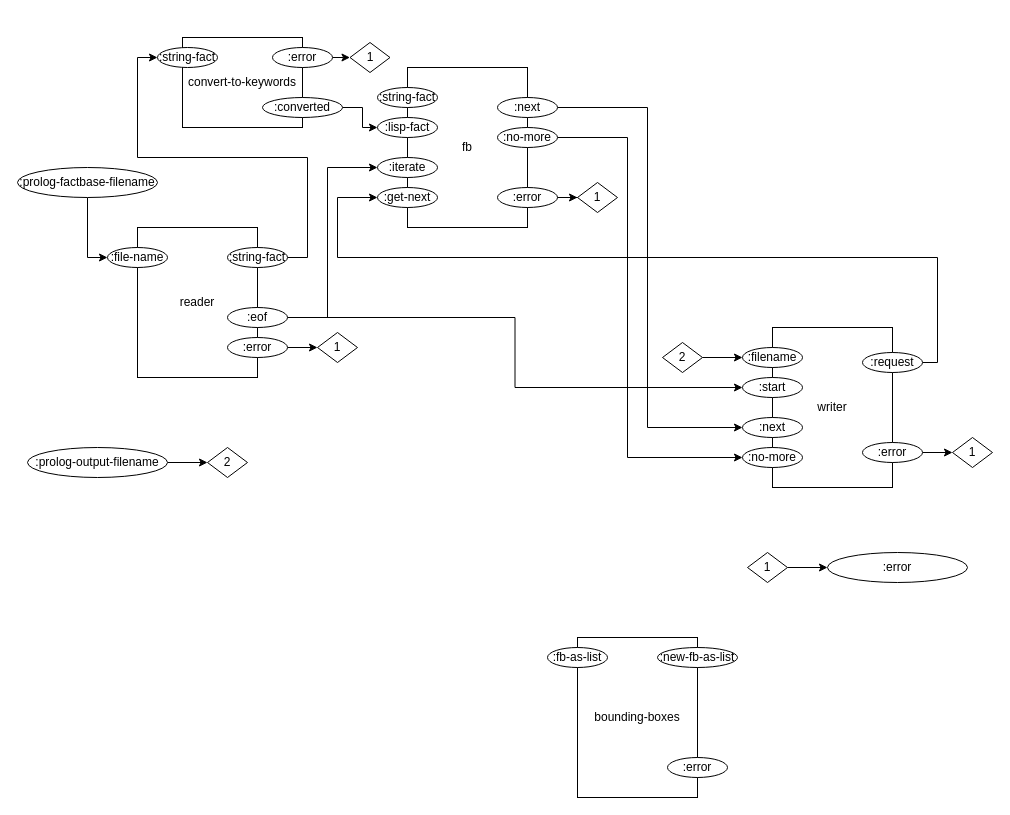
Before: page "Compiler Internals" (2 of 7) of svg/cl-compiler/doc/Compiler Internals.drawio in bmfbp/bmfbp, a draw.io diagram. Source tidied: cells renumbered, new cells numbered last; positions are measured from the earlier drawing's top-left corner, leaving out a move shared by most shapes. Both pictures are drawn from the tidied source at 100%, with x=0, y=0 at pixel (17, 37).
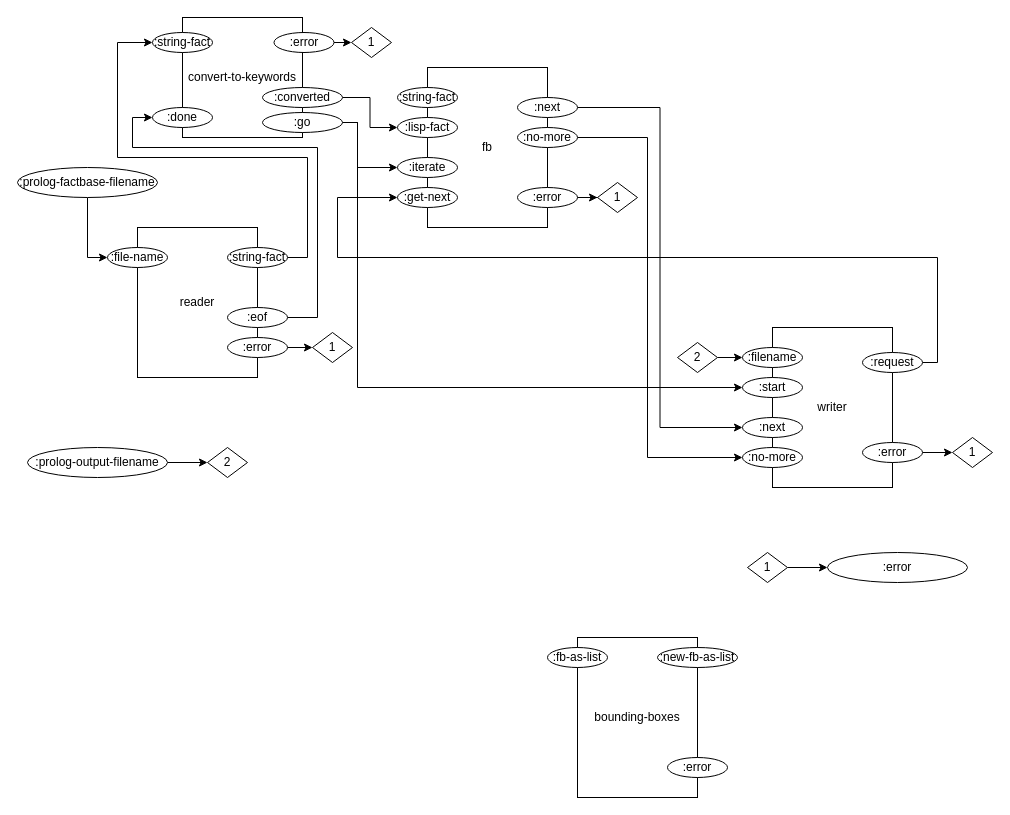
After the change.

The change refers to these unchanged cells:
```xml
<mxCell id="9" value=":eof" style="ellipse;whiteSpace=wrap;html=1;" parent="1" vertex="1">
  <mxGeometry x="210" y="270" width="60" height="20" as="geometry" />
</mxCell>
<mxCell id="11" value=":string-fact" style="ellipse;whiteSpace=wrap;html=1;" parent="1" vertex="1">
  <mxGeometry x="210" y="210" width="60" height="20" as="geometry" />
</mxCell>
<mxCell id="22" value=":start" style="ellipse;whiteSpace=wrap;html=1;" parent="1" vertex="1">
  <mxGeometry x="725" y="340" width="60" height="20" as="geometry" />
</mxCell>
<mxCell id="23" value=":no-more" style="ellipse;whiteSpace=wrap;html=1;" parent="1" vertex="1">
  <mxGeometry x="725" y="410" width="60" height="20" as="geometry" />
</mxCell>
<mxCell id="29" value=":next" style="ellipse;whiteSpace=wrap;html=1;" parent="1" vertex="1">
  <mxGeometry x="725" y="380" width="60" height="20" as="geometry" />
</mxCell>
```

What changed in the source:
```diff
@@
     <mxCell id="3" value="fb" style="rounded=0;whiteSpace=wrap;html=1;" parent="1" vertex="1">
-      <mxGeometry x="390" y="30" width="120" height="160" as="geometry" />
+      <mxGeometry x="410" y="30" width="120" height="160" as="geometry" />
     </mxCell>
@@
-    <mxCell id="7" style="edgeStyle=orthogonalEdgeStyle;rounded=0;jettySize=auto;html=1;exitX=1;exitY=0.5;exitDx=0;exitDy=0;entryX=0;entryY=0.5;entryDx=0;entryDy=0;" parent="1" edge="1" source="9" target="35">
-      <mxGeometry relative="1" as="geometry">
-        <Array as="points">
-          <mxPoint x="310" y="280" />
-          <mxPoint x="310" y="130" />
-        </Array>
-      </mxGeometry>
-    </mxCell>
-    <mxCell id="8" style="edgeStyle=orthogonalEdgeStyle;rounded=0;jettySize=auto;html=1;exitX=1;exitY=0.5;exitDx=0;exitDy=0;entryX=0;entryY=0.5;entryDx=0;entryDy=0;" parent="1" edge="1" source="9" target="22">
-      <mxGeometry relative="1" as="geometry" />
-    </mxCell>
+    <mxCell id="55" style="edgeStyle=orthogonalEdgeStyle;rounded=0;jettySize=auto;html=1;exitX=1;exitY=0.5;exitDx=0;exitDy=0;entryX=0;entryY=0.5;entryDx=0;entryDy=0;" parent="1" edge="1" source="9" target="59">
+      <mxGeometry relative="1" as="geometry">
+        <Array as="points">
+          <mxPoint x="300" y="280" />
+          <mxPoint x="300" y="110" />
+          <mxPoint x="115" y="110" />
+          <mxPoint x="115" y="80" />
+        </Array>
+      </mxGeometry>
+    </mxCell>
@@
     <mxCell id="10" style="edgeStyle=orthogonalEdgeStyle;rounded=0;jettySize=auto;html=1;exitX=1;exitY=0.5;exitDx=0;exitDy=0;entryX=0;entryY=0.5;entryDx=0;entryDy=0;" parent="1" edge="1" source="11" target="49">
       <mxGeometry relative="1" as="geometry">
         <Array as="points">
           <mxPoint x="290" y="220" />
           <mxPoint x="290" y="120" />
-          <mxPoint x="120" y="120" />
-          <mxPoint x="120" y="20" />
+          <mxPoint x="100" y="120" />
+          <mxPoint x="100" y="5" />
         </Array>
       </mxGeometry>
     </mxCell>
@@
     <mxCell id="13" value=":lisp-fact" style="ellipse;whiteSpace=wrap;html=1;" parent="1" vertex="1">
-      <mxGeometry x="360" y="80" width="60" height="20" as="geometry" />
+      <mxGeometry x="380" y="80" width="60" height="20" as="geometry" />
     </mxCell>
     <mxCell id="14" value=":get-next" style="ellipse;whiteSpace=wrap;html=1;" parent="1" vertex="1">
-      <mxGeometry x="360" y="150" width="60" height="20" as="geometry" />
+      <mxGeometry x="380" y="150" width="60" height="20" as="geometry" />
     </mxCell>
     <mxCell id="15" style="edgeStyle=orthogonalEdgeStyle;rounded=0;jettySize=auto;html=1;exitX=1;exitY=0.5;exitDx=0;exitDy=0;entryX=0;entryY=0.5;entryDx=0;entryDy=0;" parent="1" edge="1" source="16" target="29">
-      <mxGeometry relative="1" as="geometry">
-        <Array as="points">
-          <mxPoint x="630" y="70" />
-          <mxPoint x="630" y="390" />
-        </Array>
-      </mxGeometry>
+      <mxGeometry relative="1" as="geometry" />
     </mxCell>
     <mxCell id="16" value=":next" style="ellipse;whiteSpace=wrap;html=1;" parent="1" vertex="1">
-      <mxGeometry x="480" y="60" width="60" height="20" as="geometry" />
+      <mxGeometry x="500" y="60" width="60" height="20" as="geometry" />
     </mxCell>
     <mxCell id="17" style="edgeStyle=orthogonalEdgeStyle;rounded=0;jettySize=auto;html=1;exitX=1;exitY=0.5;exitDx=0;exitDy=0;entryX=0;entryY=0.5;entryDx=0;entryDy=0;" parent="1" edge="1" source="18" target="23">
       <mxGeometry relative="1" as="geometry">
         <Array as="points">
-          <mxPoint x="610" y="100" />
-          <mxPoint x="610" y="420" />
+          <mxPoint x="630" y="100" />
+          <mxPoint x="630" y="420" />
         </Array>
       </mxGeometry>
     </mxCell>
     <mxCell id="18" value=":no-more" style="ellipse;whiteSpace=wrap;html=1;" parent="1" vertex="1">
-      <mxGeometry x="480" y="90" width="60" height="20" as="geometry" />
+      <mxGeometry x="500" y="90" width="60" height="20" as="geometry" />
     </mxCell>
@@
     <mxCell id="20" value=":error" style="ellipse;whiteSpace=wrap;html=1;" parent="1" vertex="1">
-      <mxGeometry x="480" y="150" width="60" height="20" as="geometry" />
+      <mxGeometry x="500" y="150" width="60" height="20" as="geometry" />
     </mxCell>
     <mxCell id="21" value=":string-fact" style="ellipse;whiteSpace=wrap;html=1;" parent="1" vertex="1">
-      <mxGeometry x="360" y="50" width="60" height="20" as="geometry" />
+      <mxGeometry x="380" y="50" width="60" height="20" as="geometry" />
     </mxCell>
@@
     <mxCell id="35" value=":iterate" style="ellipse;whiteSpace=wrap;html=1;" parent="1" vertex="1">
-      <mxGeometry x="360" y="120" width="60" height="20" as="geometry" />
+      <mxGeometry x="380" y="120" width="60" height="20" as="geometry" />
     </mxCell>
@@
     <mxCell id="39" value="1" style="rhombus;whiteSpace=wrap;html=1;" parent="1" vertex="1">
-      <mxGeometry x="560" y="145" width="40" height="30" as="geometry" />
+      <mxGeometry x="580" y="145" width="40" height="30" as="geometry" />
     </mxCell>
     <mxCell id="40" value="1" style="rhombus;whiteSpace=wrap;html=1;" parent="1" vertex="1">
-      <mxGeometry x="300" y="295" width="40" height="30" as="geometry" />
+      <mxGeometry x="295" y="295" width="40" height="30" as="geometry" />
     </mxCell>
@@
     <mxCell id="43" value="2" style="rhombus;whiteSpace=wrap;html=1;" parent="1" vertex="1">
-      <mxGeometry x="645" y="305" width="40" height="30" as="geometry" />
+      <mxGeometry x="660" y="305" width="40" height="30" as="geometry" />
     </mxCell>
@@
     <mxCell id="48" value="convert-to-keywords" style="rounded=0;whiteSpace=wrap;html=1;" parent="1" vertex="1">
-      <mxGeometry x="165" width="120" height="90" as="geometry" />
+      <mxGeometry x="165" y="-20" width="120" height="120" as="geometry" />
     </mxCell>
     <mxCell id="49" value=":string-fact" style="ellipse;whiteSpace=wrap;html=1;" parent="1" vertex="1">
-      <mxGeometry x="140" y="10" width="60" height="20" as="geometry" />
+      <mxGeometry x="135" y="-5" width="60" height="20" as="geometry" />
     </mxCell>
-    <mxCell id="50" style="edgeStyle=orthogonalEdgeStyle;rounded=0;jettySize=auto;html=1;exitX=1;exitY=0.5;exitDx=0;exitDy=0;" parent="1" edge="1" source="51" target="13">
+    <mxCell id="50" style="edgeStyle=orthogonalEdgeStyle;rounded=0;jettySize=auto;html=1;exitX=1;exitY=0.5;exitDx=0;exitDy=0;entryX=0;entryY=0.5;entryDx=0;entryDy=0;" parent="1" edge="1" source="51" target="13">
       <mxGeometry relative="1" as="geometry" />
     </mxCell>
     <mxCell id="51" value=":converted" style="ellipse;whiteSpace=wrap;html=1;" parent="1" vertex="1">
-      <mxGeometry x="245" y="60" width="80" height="20" as="geometry" />
+      <mxGeometry x="245" y="50" width="80" height="20" as="geometry" />
     </mxCell>
@@
     <mxCell id="53" value=":error" style="ellipse;whiteSpace=wrap;html=1;" parent="1" vertex="1">
-      <mxGeometry x="255" y="10" width="60" height="20" as="geometry" />
+      <mxGeometry x="256.5" y="-5" width="60" height="20" as="geometry" />
     </mxCell>
     <mxCell id="54" value="1" style="rhombus;whiteSpace=wrap;html=1;" parent="1" vertex="1">
-      <mxGeometry x="332.5" y="5" width="40" height="30" as="geometry" />
+      <mxGeometry x="334" y="-10" width="40" height="30" as="geometry" />
     </mxCell>
+    <mxCell id="56" style="edgeStyle=orthogonalEdgeStyle;rounded=0;jettySize=auto;html=1;exitX=1;exitY=0.5;exitDx=0;exitDy=0;entryX=0;entryY=0.5;entryDx=0;entryDy=0;" parent="1" edge="1" source="58" target="35">
+      <mxGeometry relative="1" as="geometry">
+        <Array as="points">
+          <mxPoint x="340" y="85" />
+          <mxPoint x="340" y="130" />
+        </Array>
+      </mxGeometry>
+    </mxCell>
+    <mxCell id="57" style="edgeStyle=orthogonalEdgeStyle;rounded=0;jettySize=auto;html=1;exitX=1;exitY=0.5;exitDx=0;exitDy=0;entryX=0;entryY=0.5;entryDx=0;entryDy=0;" parent="1" edge="1" source="58" target="22">
+      <mxGeometry relative="1" as="geometry">
+        <Array as="points">
+          <mxPoint x="340" y="85" />
+          <mxPoint x="340" y="350" />
+        </Array>
+      </mxGeometry>
+    </mxCell>
+    <mxCell id="58" value=":go" style="ellipse;whiteSpace=wrap;html=1;" parent="1" vertex="1">
+      <mxGeometry x="245" y="75" width="80" height="20" as="geometry" />
+    </mxCell>
+    <mxCell id="59" value=":done" style="ellipse;whiteSpace=wrap;html=1;" parent="1" vertex="1">
+      <mxGeometry x="135" y="70" width="60" height="20" as="geometry" />
+    </mxCell>
```
